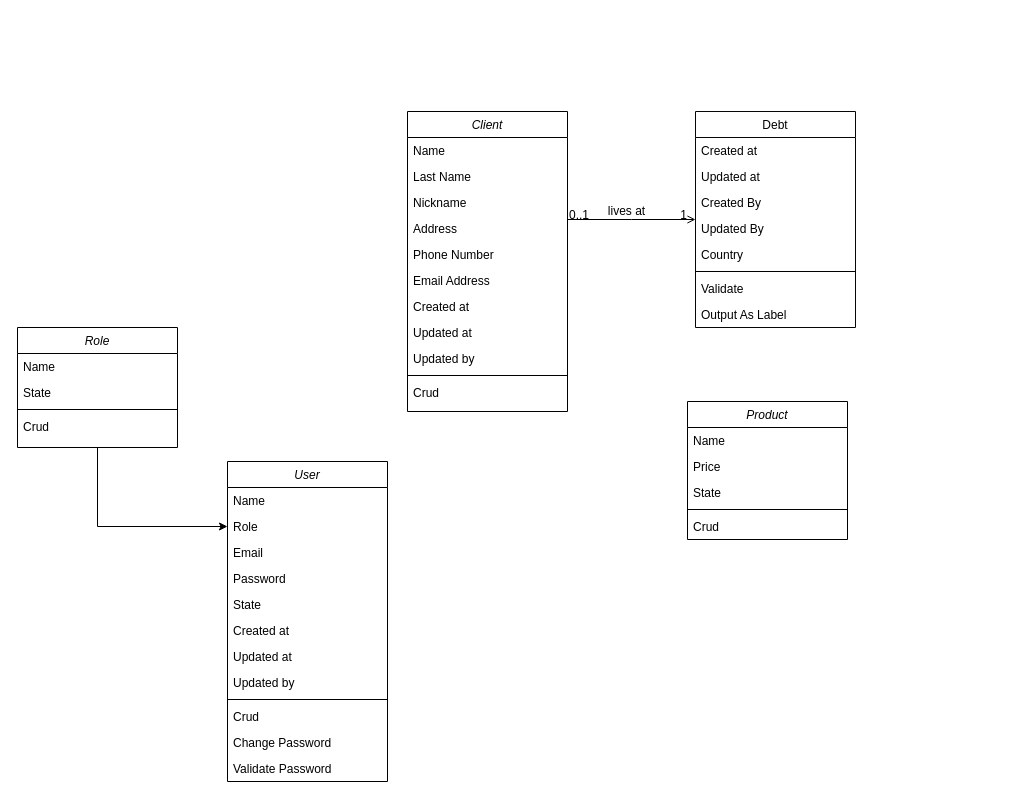
Earlier version of the draw.io diagram Diagrama sin título.drawio (JohnatanRamos/debt-control-api). Source tidied: cells renumbered, new cells numbered last; positions are measured from the earlier drawing's top-left corner, leaving out a move shared by most shapes. Both pictures are drawn from the tidied source at 100%, with x=0, y=0 at pixel (17, 111).
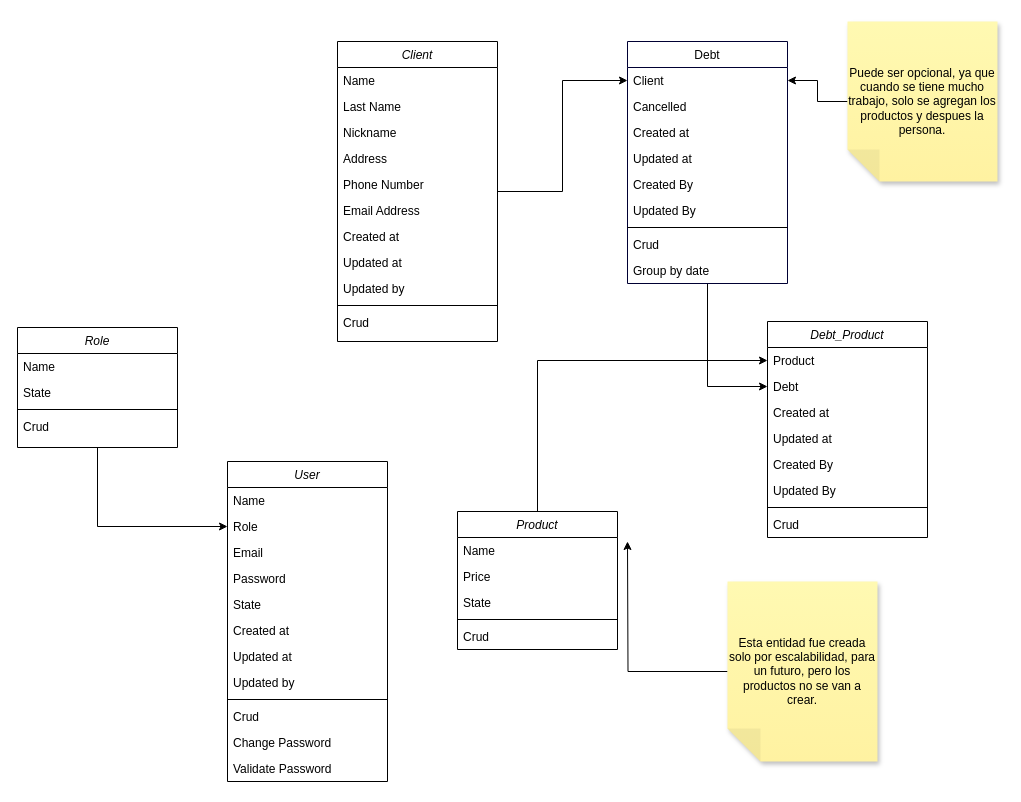
The same diagram, later.

What changed in the source:
```diff
@@
+    <mxCell id="52" style="edgeStyle=orthogonalEdgeStyle;rounded=0;jettySize=auto;html=1;" parent="1" edge="1" source="2" target="54">
+      <mxGeometry relative="1" as="geometry" />
+    </mxCell>
     <mxCell id="2" value="Client" style="swimlane;fontStyle=2;align=center;verticalAlign=top;horizontal=1;startSize=26;rounded=0;shadow=0;strokeWidth=1;labelBorderColor=none;" parent="1" vertex="1">
-      <mxGeometry x="390" width="160" height="300" as="geometry" />
+      <mxGeometry x="320" y="-70" width="160" height="300" as="geometry" />
     </mxCell>
@@
+    <mxCell id="53" style="edgeStyle=orthogonalEdgeStyle;rounded=0;jettySize=auto;html=1;" parent="1" edge="1" source="14" target="63">
+      <mxGeometry relative="1" as="geometry" />
+    </mxCell>
     <mxCell id="14" value="Debt" style="swimlane;fontStyle=0;align=center;verticalAlign=top;horizontal=1;startSize=26;rounded=0;shadow=0;strokeWidth=1;strokeColor=#000033;labelBorderColor=none;" parent="1" vertex="1">
-      <mxGeometry x="678" width="160" height="216" as="geometry" />
+      <mxGeometry x="610" y="-70" width="160" height="242" as="geometry" />
     </mxCell>
+    <mxCell id="54" value="Client" style="text;align=left;verticalAlign=top;spacingLeft=4;spacingRight=4;overflow=hidden;points=[[0,0.5],[1,0.5]];portConstraint=eastwest;labelBorderColor=none;" parent="14" vertex="1">
+      <mxGeometry y="26" width="160" height="26" as="geometry" />
+    </mxCell>
+    <mxCell id="55" value="Cancelled" style="text;align=left;verticalAlign=top;spacingLeft=4;spacingRight=4;overflow=hidden;labelBorderColor=none;" parent="14" vertex="1">
+      <mxGeometry y="52" width="160" height="26" as="geometry" />
+    </mxCell>
     <mxCell id="15" value="Created at" style="text;align=left;verticalAlign=top;spacingLeft=4;spacingRight=4;overflow=hidden;labelBorderColor=none;" parent="14" vertex="1">
-      <mxGeometry y="26" width="160" height="26" as="geometry" />
+      <mxGeometry y="78" width="160" height="26" as="geometry" />
     </mxCell>
     <mxCell id="16" value="Updated at" style="text;align=left;verticalAlign=top;spacingLeft=4;spacingRight=4;overflow=hidden;rounded=0;shadow=0;html=0;labelBorderColor=none;" parent="14" vertex="1">
-      <mxGeometry y="52" width="160" height="26" as="geometry" />
+      <mxGeometry y="104" width="160" height="26" as="geometry" />
     </mxCell>
     <mxCell id="17" value="Created By" style="text;align=left;verticalAlign=top;spacingLeft=4;spacingRight=4;overflow=hidden;rounded=0;shadow=0;html=0;labelBorderColor=none;" parent="14" vertex="1">
-      <mxGeometry y="78" width="160" height="26" as="geometry" />
+      <mxGeometry y="130" width="160" height="26" as="geometry" />
     </mxCell>
     <mxCell id="18" value="Updated By" style="text;align=left;verticalAlign=top;spacingLeft=4;spacingRight=4;overflow=hidden;rounded=0;shadow=0;html=0;labelBorderColor=none;" parent="14" vertex="1">
-      <mxGeometry y="104" width="160" height="26" as="geometry" />
+      <mxGeometry y="156" width="160" height="26" as="geometry" />
     </mxCell>
-    <mxCell id="19" value="Country" style="text;align=left;verticalAlign=top;spacingLeft=4;spacingRight=4;overflow=hidden;rounded=0;shadow=0;html=0;labelBorderColor=none;" parent="14" vertex="1">
-      <mxGeometry y="130" width="160" height="26" as="geometry" />
-    </mxCell>
     <mxCell id="20" style="line;html=1;strokeWidth=1;align=left;verticalAlign=middle;spacingTop=-1;spacingLeft=3;spacingRight=3;labelPosition=right;labelBorderColor=none;" parent="14" vertex="1">
-      <mxGeometry y="156" width="160" height="8" as="geometry" />
+      <mxGeometry y="182" width="160" height="8" as="geometry" />
     </mxCell>
-    <mxCell id="21" value="Validate" style="text;align=left;verticalAlign=top;spacingLeft=4;spacingRight=4;overflow=hidden;labelBorderColor=none;" parent="14" vertex="1">
-      <mxGeometry y="164" width="160" height="26" as="geometry" />
+    <mxCell id="21" value="Crud" style="text;align=left;verticalAlign=top;spacingLeft=4;spacingRight=4;overflow=hidden;labelBorderColor=none;" parent="14" vertex="1">
+      <mxGeometry y="190" width="160" height="26" as="geometry" />
     </mxCell>
-    <mxCell id="22" value="Output As Label" style="text;align=left;verticalAlign=top;spacingLeft=4;spacingRight=4;overflow=hidden;labelBorderColor=none;" parent="14" vertex="1">
-      <mxGeometry y="190" width="160" height="26" as="geometry" />
+    <mxCell id="22" value="Group by date" style="text;align=left;verticalAlign=top;spacingLeft=4;spacingRight=4;overflow=hidden;labelBorderColor=none;" parent="14" vertex="1">
+      <mxGeometry y="216" width="160" height="26" as="geometry" />
     </mxCell>
-    <mxCell id="23" style="endArrow=open;shadow=0;strokeWidth=1;rounded=0;endFill=1;edgeStyle=elbowEdgeStyle;elbow=vertical;labelBorderColor=none;" parent="1" edge="1" source="2" target="14">
-      <mxGeometry x="0.5" y="41" relative="1" as="geometry">
-        <mxPoint x="-40" y="32" as="offset" />
-      </mxGeometry>
-    </mxCell>
-    <mxCell id="24" value="0..1" style="align=left;verticalAlign=bottom;labelBackgroundColor=none;fontSize=12;labelBorderColor=none;" parent="23" vertex="1">
-      <mxGeometry x="-1" relative="1" as="geometry">
-        <mxPoint y="4" as="offset" />
-      </mxGeometry>
-    </mxCell>
-    <mxCell id="25" value="1" style="align=right;verticalAlign=bottom;labelBackgroundColor=none;fontSize=12;labelBorderColor=none;" parent="23" vertex="1">
-      <mxGeometry x="1" relative="1" as="geometry">
-        <mxPoint x="-7" y="4" as="offset" />
-      </mxGeometry>
-    </mxCell>
-    <mxCell id="26" value="lives at" style="text;html=1;align=center;verticalAlign=middle;labelBackgroundColor=none;rounded=0;shadow=0;strokeWidth=1;fontSize=12;labelBorderColor=none;" parent="23" vertex="1">
-      <mxGeometry x="0.5" y="49" relative="1" as="geometry">
-        <mxPoint x="-38" y="40" as="offset" />
-      </mxGeometry>
-    </mxCell>
+    <mxCell id="56" style="edgeStyle=orthogonalEdgeStyle;rounded=0;jettySize=auto;html=1;" parent="1" edge="1" source="27" target="62">
+      <mxGeometry relative="1" as="geometry" />
+    </mxCell>
     <mxCell id="27" value="Product" style="swimlane;fontStyle=2;align=center;verticalAlign=top;horizontal=1;startSize=26;rounded=0;shadow=0;strokeWidth=1;labelBorderColor=none;" parent="1" vertex="1">
-      <mxGeometry x="670" y="290" width="160" height="138" as="geometry" />
+      <mxGeometry x="440" y="400" width="160" height="138" as="geometry" />
     </mxCell>
@@
+    <mxCell id="57" style="edgeStyle=orthogonalEdgeStyle;rounded=0;jettySize=auto;html=1;" parent="1" edge="1" source="58" target="54">
+      <mxGeometry relative="1" as="geometry" />
+    </mxCell>
+    <mxCell id="58" value="Puede ser opcional, ya que cuando se tiene mucho trabajo, solo se agregan los productos y despues la persona." style="shape=note;whiteSpace=wrap;html=1;backgroundOutline=1;fontColor=#000000;darkOpacity=0.05;fillColor=#FFF9B2;strokeColor=none;fillStyle=solid;direction=west;gradientDirection=north;gradientColor=#FFF2A1;shadow=1;size=32;" parent="1" vertex="1">
+      <mxGeometry x="830" y="-90" width="150" height="160" as="geometry" />
+    </mxCell>
+    <mxCell id="59" style="edgeStyle=orthogonalEdgeStyle;rounded=0;jettySize=auto;html=1;" parent="1" edge="1" source="60">
+      <mxGeometry relative="1" as="geometry">
+        <mxPoint x="610" y="430" as="targetPoint" />
+      </mxGeometry>
+    </mxCell>
+    <mxCell id="60" value="Esta entidad fue creada solo por escalabilidad, para un futuro, pero los productos no se van a crear." style="shape=note;whiteSpace=wrap;html=1;backgroundOutline=1;fontColor=#000000;darkOpacity=0.05;fillColor=#FFF9B2;strokeColor=none;fillStyle=solid;direction=west;gradientDirection=north;gradientColor=#FFF2A1;shadow=1;size=33;" parent="1" vertex="1">
+      <mxGeometry x="710" y="470" width="150" height="180" as="geometry" />
+    </mxCell>
+    <mxCell id="61" value="Debt_Product" style="swimlane;fontStyle=2;align=center;verticalAlign=top;horizontal=1;startSize=26;rounded=0;shadow=0;strokeWidth=1;labelBorderColor=none;" parent="1" vertex="1">
+      <mxGeometry x="750" y="210" width="160" height="216" as="geometry" />
+    </mxCell>
+    <mxCell id="62" value="Product" style="text;align=left;verticalAlign=top;spacingLeft=4;spacingRight=4;overflow=hidden;points=[[0,0.5],[1,0.5]];portConstraint=eastwest;labelBorderColor=none;" parent="61" vertex="1">
+      <mxGeometry y="26" width="160" height="26" as="geometry" />
+    </mxCell>
+    <mxCell id="63" value="Debt" style="text;align=left;verticalAlign=top;spacingLeft=4;spacingRight=4;overflow=hidden;points=[[0,0.5],[1,0.5]];portConstraint=eastwest;rounded=0;shadow=0;html=0;labelBorderColor=none;" parent="61" vertex="1">
+      <mxGeometry y="52" width="160" height="26" as="geometry" />
+    </mxCell>
+    <mxCell id="64" value="Created at" style="text;align=left;verticalAlign=top;spacingLeft=4;spacingRight=4;overflow=hidden;rounded=0;shadow=0;html=0;labelBorderColor=none;" parent="61" vertex="1">
+      <mxGeometry y="78" width="160" height="26" as="geometry" />
+    </mxCell>
+    <mxCell id="65" value="Updated at" style="text;align=left;verticalAlign=top;spacingLeft=4;spacingRight=4;overflow=hidden;rounded=0;shadow=0;html=0;labelBorderColor=none;" parent="61" vertex="1">
+      <mxGeometry y="104" width="160" height="26" as="geometry" />
+    </mxCell>
+    <mxCell id="66" value="Created By" style="text;align=left;verticalAlign=top;spacingLeft=4;spacingRight=4;overflow=hidden;rounded=0;shadow=0;html=0;labelBorderColor=none;" parent="61" vertex="1">
+      <mxGeometry y="130" width="160" height="26" as="geometry" />
+    </mxCell>
+    <mxCell id="67" value="Updated By" style="text;align=left;verticalAlign=top;spacingLeft=4;spacingRight=4;overflow=hidden;rounded=0;shadow=0;html=0;labelBorderColor=none;" parent="61" vertex="1">
+      <mxGeometry y="156" width="160" height="26" as="geometry" />
+    </mxCell>
+    <mxCell id="68" style="line;html=1;strokeWidth=1;align=left;verticalAlign=middle;spacingTop=-1;spacingLeft=3;spacingRight=3;labelPosition=right;labelBorderColor=none;" parent="61" vertex="1">
+      <mxGeometry y="182" width="160" height="8" as="geometry" />
+    </mxCell>
+    <mxCell id="69" value="Crud" style="text;align=left;verticalAlign=top;spacingLeft=4;spacingRight=4;overflow=hidden;labelBorderColor=none;" parent="61" vertex="1">
+      <mxGeometry y="190" width="160" height="26" as="geometry" />
+    </mxCell>
```
